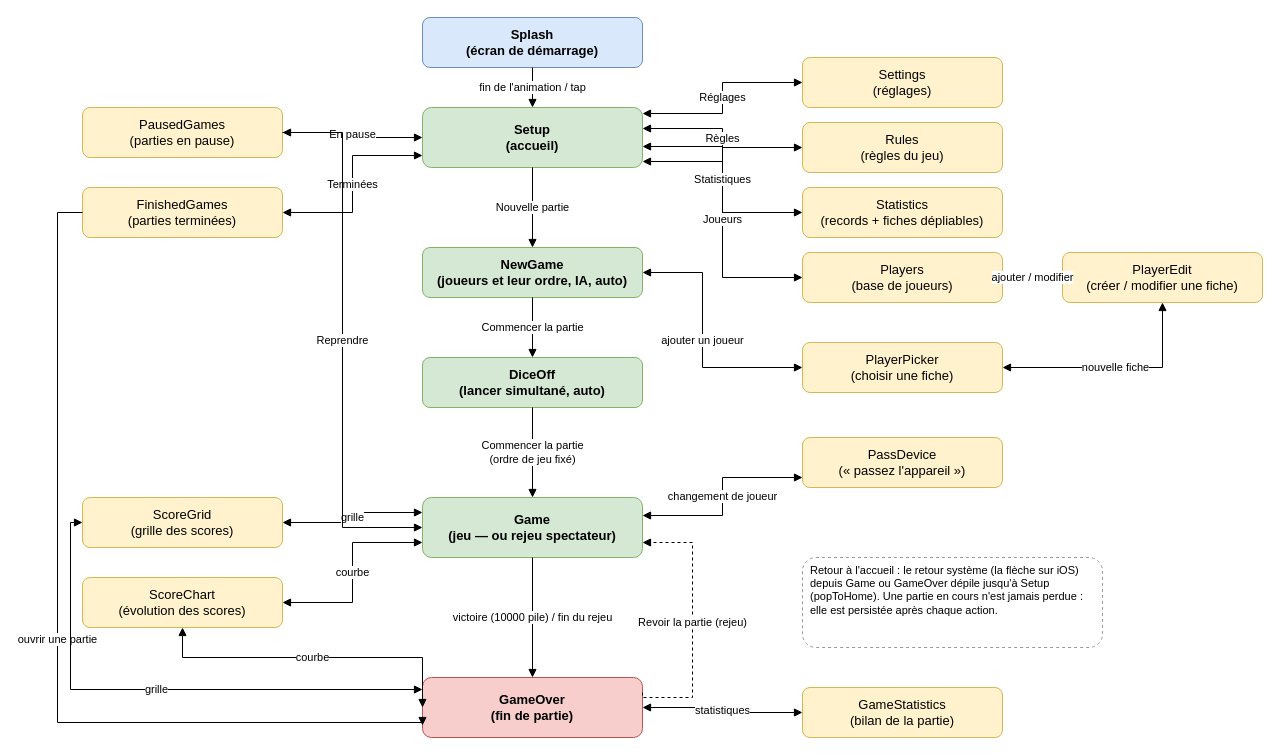
Above: docs/screen-flow.drawio in microscotch/tenk (draw.io), before the change. Source tidied: cells renumbered, new cells numbered last; positions are measured from the earlier drawing's top-left corner, leaving out a move shared by most shapes. Both pictures are drawn from the tidied source at 100%, with x=0, y=0 at pixel (57, 17).
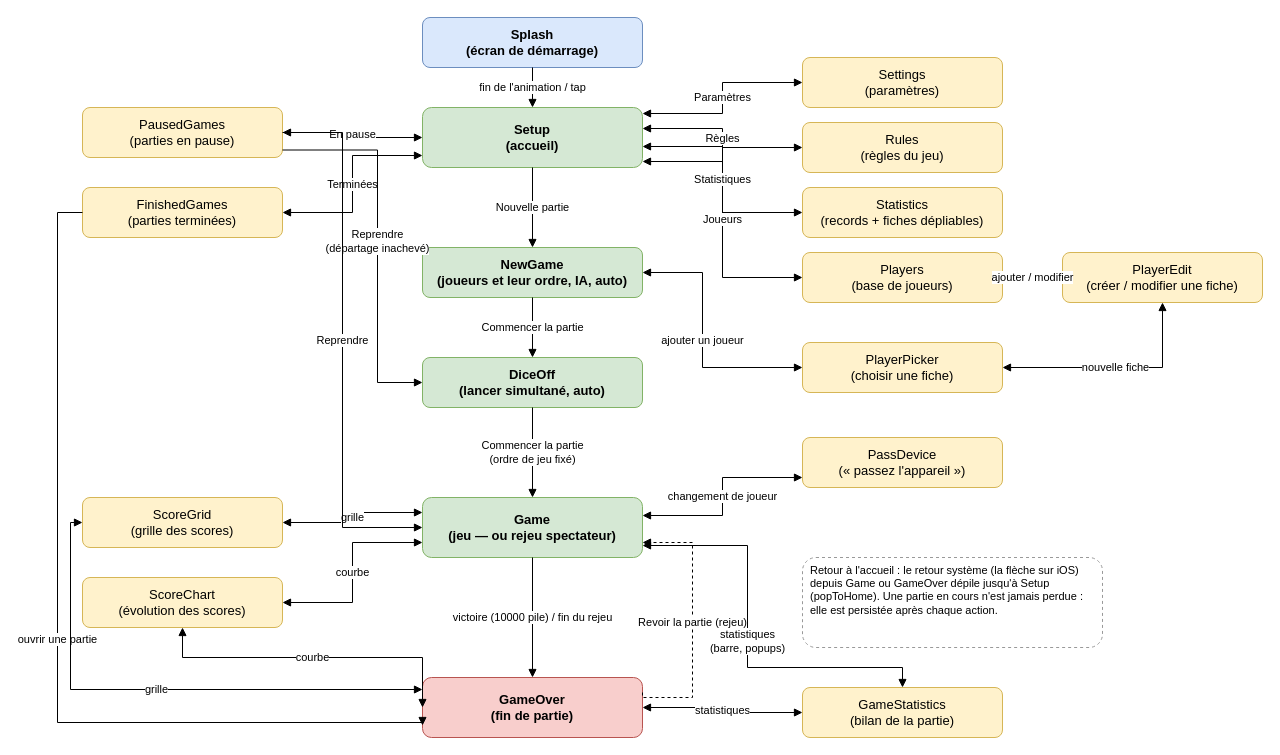
After the change.

Unchanged cells that the change refers to:
```xml
<mxCell id="3" value="Setup&#10;(accueil)" style="rounded=1;whiteSpace=wrap;html=1;fillColor=#d5e8d4;strokeColor=#82b366;fontSize=13;fontStyle=1;" parent="1" vertex="1">
  <mxGeometry x="365" y="90" width="220" height="60" as="geometry" />
</mxCell>
<mxCell id="4" value="PausedGames&#10;(parties en pause)" style="rounded=1;whiteSpace=wrap;html=1;fillColor=#fff2cc;strokeColor=#d6b656;fontSize=13;" parent="1" vertex="1">
  <mxGeometry x="25" y="90" width="200" height="50" as="geometry" />
</mxCell>
<mxCell id="13" value="DiceOff&#10;(lancer simultané, auto)" style="rounded=1;whiteSpace=wrap;html=1;fillColor=#d5e8d4;strokeColor=#82b366;fontSize=13;fontStyle=1;" parent="1" vertex="1">
  <mxGeometry x="365" y="340" width="220" height="50" as="geometry" />
</mxCell>
<mxCell id="15" value="Game&#10;(jeu — ou rejeu spectateur)" style="rounded=1;whiteSpace=wrap;html=1;fillColor=#d5e8d4;strokeColor=#82b366;fontSize=13;fontStyle=1;" parent="1" vertex="1">
  <mxGeometry x="365" y="480" width="220" height="60" as="geometry" />
</mxCell>
<mxCell id="19" value="GameStatistics&#10;(bilan de la partie)" style="rounded=1;whiteSpace=wrap;html=1;fillColor=#fff2cc;strokeColor=#d6b656;fontSize=13;" parent="1" vertex="1">
  <mxGeometry x="745" y="670" width="200" height="50" as="geometry" />
</mxCell>
```

What changed in the source:
```diff
@@
-    <mxCell id="7" value="Settings&#10;(réglages)" style="rounded=1;whiteSpace=wrap;html=1;fillColor=#fff2cc;strokeColor=#d6b656;fontSize=13;" parent="1" vertex="1">
+    <mxCell id="7" value="Settings&#10;(paramètres)" style="rounded=1;whiteSpace=wrap;html=1;fillColor=#fff2cc;strokeColor=#d6b656;fontSize=13;" parent="1" vertex="1">
       <mxGeometry x="745" y="40" width="200" height="50" as="geometry" />
     </mxCell>
@@
-    <mxCell id="22" value="Réglages" style="edgeStyle=orthogonalEdgeStyle;rounded=0;html=1;fontSize=11;startArrow=block;startFill=1;endArrow=block;endFill=1;exitX=1;exitY=0.1;entryX=0;entryY=0.5;" parent="1" edge="1" source="3" target="7">
+    <mxCell id="22" value="Paramètres" style="edgeStyle=orthogonalEdgeStyle;rounded=0;html=1;fontSize=11;startArrow=block;startFill=1;endArrow=block;endFill=1;exitX=1;exitY=0.1;entryX=0;entryY=0.5;" parent="1" edge="1" source="3" target="7">
       <mxGeometry relative="1" as="geometry" />
     </mxCell>
@@
+    <mxCell id="44" value="Reprendre&#10;(départage inachevé)" style="edgeStyle=orthogonalEdgeStyle;rounded=0;html=1;fontSize=11;endArrow=block;endFill=1;exitX=1;exitY=0.85;entryX=0;entryY=0.5;labelBackgroundColor=#ffffff;" parent="1" edge="1" source="4" target="13">
+      <mxGeometry relative="1" as="geometry">
+        <Array as="points">
+          <mxPoint x="320" y="132" />
+          <mxPoint x="320" y="365" />
+        </Array>
+      </mxGeometry>
+    </mxCell>
@@
+    <mxCell id="45" value="statistiques&#10;(barre, popups)" style="edgeStyle=orthogonalEdgeStyle;rounded=0;html=1;fontSize=11;startArrow=block;startFill=1;endArrow=block;endFill=1;exitX=1;exitY=0.8;entryX=0.5;entryY=0;labelBackgroundColor=#ffffff;" parent="1" edge="1" source="15" target="19">
+      <mxGeometry relative="1" as="geometry">
+        <Array as="points">
+          <mxPoint x="690" y="528" />
+          <mxPoint x="690" y="650" />
+          <mxPoint x="845" y="650" />
+        </Array>
+      </mxGeometry>
+    </mxCell>
```
